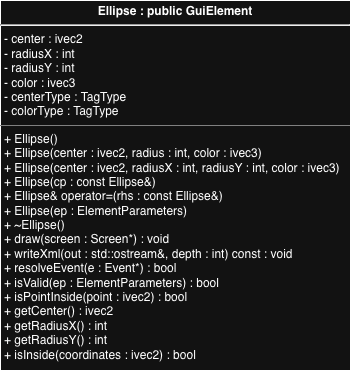
cgreen2048/ArtHuddle keeps this draw.io diagram as images/Ellipse_UML.png. Above is the earlier version. Source tidied: cells renumbered, new cells last; positions are measured from the earlier drawing's top-left corner, leaving out a move shared by most shapes.
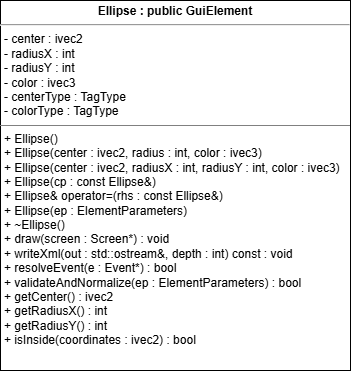
The same file after the commit.

What changed in the source:
```diff
@@ -2,7 +2,7 @@
   <root>
     <mxCell id="0" />
     <mxCell id="1" parent="0" />
-    <mxCell id="2" value="&lt;p style=&quot;margin:0px;margin-top:4px;text-align:center;&quot;&gt;&lt;b&gt;Ellipse : public GuiElement&lt;/b&gt;&lt;/p&gt;&lt;hr&gt;&lt;p style=&quot;margin:0px;margin-left:4px;&quot;&gt;- center :&amp;nbsp;&lt;span style=&quot;background-color: transparent; color: light-dark(rgb(0, 0, 0), rgb(255, 255, 255));&quot;&gt;ivec2&lt;/span&gt;&lt;/p&gt;&lt;p style=&quot;margin:0px;margin-left:4px;&quot;&gt;- radiusX : int&lt;/p&gt;&lt;p style=&quot;margin:0px;margin-left:4px;&quot;&gt;- radiusY : int&lt;/p&gt;&lt;p style=&quot;margin:0px;margin-left:4px;&quot;&gt;- color : ivec3&lt;/p&gt;&lt;p style=&quot;margin:0px;margin-left:4px;&quot;&gt;- centerType :&amp;nbsp;&lt;span style=&quot;background-color: transparent; color: light-dark(rgb(0, 0, 0), rgb(255, 255, 255));&quot;&gt;TagType&lt;/span&gt;&lt;/p&gt;&lt;p style=&quot;margin:0px;margin-left:4px;&quot;&gt;- colorType : TagType&lt;/p&gt;&lt;hr size=&quot;1&quot; style=&quot;border-style:solid;&quot;&gt;&lt;p style=&quot;margin:0px;margin-left:4px;&quot;&gt;+ Ellipse()&lt;/p&gt;&lt;p style=&quot;margin:0px;margin-left:4px;&quot;&gt;&lt;span style=&quot;background-color: transparent; color: light-dark(rgb(0, 0, 0), rgb(255, 255, 255));&quot;&gt;+&lt;/span&gt;&lt;span style=&quot;background-color: transparent; color: light-dark(rgb(0, 0, 0), rgb(255, 255, 255));&quot;&gt;&amp;nbsp;&lt;/span&gt;Ellipse(center : ivec2, radius : int, color : ivec3)&lt;/p&gt;&lt;p style=&quot;margin:0px;margin-left:4px;&quot;&gt;&lt;span style=&quot;background-color: transparent; color: light-dark(rgb(0, 0, 0), rgb(255, 255, 255));&quot;&gt;+&lt;/span&gt;&lt;span style=&quot;background-color: transparent; color: light-dark(rgb(0, 0, 0), rgb(255, 255, 255));&quot;&gt;&amp;nbsp;&lt;/span&gt;Ellipse(center : ivec2, radiusX : int, radiusY : int, color : ivec3)&lt;/p&gt;&lt;p style=&quot;margin:0px;margin-left:4px;&quot;&gt;&lt;span style=&quot;background-color: transparent; color: light-dark(rgb(0, 0, 0), rgb(255, 255, 255));&quot;&gt;+&lt;/span&gt;&lt;span style=&quot;background-color: transparent; color: light-dark(rgb(0, 0, 0), rgb(255, 255, 255));&quot;&gt;&amp;nbsp;&lt;/span&gt;Ellipse(cp :&amp;nbsp;&lt;span style=&quot;background-color: transparent; color: light-dark(rgb(0, 0, 0), rgb(255, 255, 255));&quot;&gt;const Ellipse&amp;amp;&lt;/span&gt;&lt;span style=&quot;background-color: transparent; color: light-dark(rgb(0, 0, 0), rgb(255, 255, 255));&quot;&gt;)&lt;/span&gt;&lt;/p&gt;&lt;p style=&quot;margin:0px;margin-left:4px;&quot;&gt;&lt;span style=&quot;background-color: transparent; color: light-dark(rgb(0, 0, 0), rgb(255, 255, 255));&quot;&gt;+&lt;/span&gt;&lt;span style=&quot;background-color: transparent; color: light-dark(rgb(0, 0, 0), rgb(255, 255, 255));&quot;&gt;&amp;nbsp;&lt;/span&gt;Ellipse&amp;amp; operator=(rhs :&amp;nbsp;&lt;span style=&quot;background-color: transparent; color: light-dark(rgb(0, 0, 0), rgb(255, 255, 255));&quot;&gt;const Ellipse&amp;amp;&lt;/span&gt;&lt;span style=&quot;background-color: transparent; color: light-dark(rgb(0, 0, 0), rgb(255, 255, 255));&quot;&gt;)&lt;/span&gt;&lt;/p&gt;&lt;p style=&quot;margin:0px;margin-left:4px;&quot;&gt;&lt;span style=&quot;background-color: transparent; color: light-dark(rgb(0, 0, 0), rgb(255, 255, 255));&quot;&gt;+&lt;/span&gt;&lt;span style=&quot;background-color: transparent; color: light-dark(rgb(0, 0, 0), rgb(255, 255, 255));&quot;&gt;&amp;nbsp;&lt;/span&gt;Ellipse(ep :&amp;nbsp;&lt;span style=&quot;background-color: transparent; color: light-dark(rgb(0, 0, 0), rgb(255, 255, 255));&quot;&gt;ElementParameters&lt;/span&gt;&lt;span style=&quot;background-color: transparent; color: light-dark(rgb(0, 0, 0), rgb(255, 255, 255));&quot;&gt;)&lt;/span&gt;&lt;/p&gt;&lt;p style=&quot;margin:0px;margin-left:4px;&quot;&gt;&lt;span style=&quot;background-color: transparent; color: light-dark(rgb(0, 0, 0), rgb(255, 255, 255));&quot;&gt;+&lt;/span&gt;&lt;span style=&quot;background-color: transparent; color: light-dark(rgb(0, 0, 0), rgb(255, 255, 255));&quot;&gt;&amp;nbsp;&lt;/span&gt;~Ellipse()&lt;/p&gt;&lt;p style=&quot;margin:0px;margin-left:4px;&quot;&gt;&lt;span style=&quot;background-color: transparent; color: light-dark(rgb(0, 0, 0), rgb(255, 255, 255));&quot;&gt;+&lt;/span&gt;&lt;span style=&quot;background-color: transparent; color: light-dark(rgb(0, 0, 0), rgb(255, 255, 255));&quot;&gt;&amp;nbsp;&lt;/span&gt;draw(screen :&amp;nbsp;&lt;span style=&quot;background-color: transparent; color: light-dark(rgb(0, 0, 0), rgb(255, 255, 255));&quot;&gt;Screen*&lt;/span&gt;&lt;span style=&quot;background-color: transparent; color: light-dark(rgb(0, 0, 0), rgb(255, 255, 255));&quot;&gt;) : void&lt;/span&gt;&lt;/p&gt;&lt;p style=&quot;margin:0px;margin-left:4px;&quot;&gt;&lt;span style=&quot;background-color: transparent; color: light-dark(rgb(0, 0, 0), rgb(255, 255, 255));&quot;&gt;+&lt;/span&gt;&lt;span style=&quot;background-color: transparent; color: light-dark(rgb(0, 0, 0), rgb(255, 255, 255));&quot;&gt;&amp;nbsp;&lt;/span&gt;writeXml(out :&amp;nbsp;&lt;span style=&quot;background-color: transparent; color: light-dark(rgb(0, 0, 0), rgb(255, 255, 255));&quot;&gt;std::ostream&amp;amp;&lt;/span&gt;&lt;span style=&quot;background-color: transparent; color: light-dark(rgb(0, 0, 0), rgb(255, 255, 255));&quot;&gt;, depth :&amp;nbsp;&lt;/span&gt;&lt;span style=&quot;background-color: transparent; color: light-dark(rgb(0, 0, 0), rgb(255, 255, 255));&quot;&gt;int&lt;/span&gt;&lt;span style=&quot;background-color: transparent; color: light-dark(rgb(0, 0, 0), rgb(255, 255, 255));&quot;&gt;) const :&amp;nbsp;&lt;/span&gt;&lt;span style=&quot;background-color: transparent; color: light-dark(rgb(0, 0, 0), rgb(255, 255, 255));&quot;&gt;void&lt;/span&gt;&lt;/p&gt;&lt;p style=&quot;margin:0px;margin-left:4px;&quot;&gt;&lt;span style=&quot;background-color: transparent; color: light-dark(rgb(0, 0, 0), rgb(255, 255, 255));&quot;&gt;+&lt;/span&gt;&lt;span style=&quot;background-color: transparent; color: light-dark(rgb(0, 0, 0), rgb(255, 255, 255));&quot;&gt;&amp;nbsp;&lt;/span&gt;resolveEvent(e :&amp;nbsp;&lt;span style=&quot;background-color: transparent; color: light-dark(rgb(0, 0, 0), rgb(255, 255, 255));&quot;&gt;Event*&lt;/span&gt;&lt;span style=&quot;background-color: transparent; color: light-dark(rgb(0, 0, 0), rgb(255, 255, 255));&quot;&gt;) : bool&lt;/span&gt;&lt;/p&gt;&lt;p style=&quot;margin:0px;margin-left:4px;&quot;&gt;&lt;span style=&quot;background-color: transparent; color: light-dark(rgb(0, 0, 0), rgb(255, 255, 255));&quot;&gt;+&lt;/span&gt;&lt;span style=&quot;background-color: transparent; color: light-dark(rgb(0, 0, 0), rgb(255, 255, 255));&quot;&gt;&amp;nbsp;&lt;/span&gt;isValid(ep :&amp;nbsp;&lt;span style=&quot;background-color: transparent; color: light-dark(rgb(0, 0, 0), rgb(255, 255, 255));&quot;&gt;ElementParameters&lt;/span&gt;&lt;span style=&quot;background-color: transparent; color: light-dark(rgb(0, 0, 0), rgb(255, 255, 255));&quot;&gt;) : bool&lt;/span&gt;&lt;/p&gt;&lt;p style=&quot;margin:0px;margin-left:4px;&quot;&gt;&lt;span style=&quot;background-color: transparent; color: light-dark(rgb(0, 0, 0), rgb(255, 255, 255));&quot;&gt;+&lt;/span&gt;&lt;span style=&quot;background-color: transparent; color: light-dark(rgb(0, 0, 0), rgb(255, 255, 255));&quot;&gt;&amp;nbsp;&lt;/span&gt;isPointInside(point :&amp;nbsp;&lt;span style=&quot;background-color: transparent; color: light-dark(rgb(0, 0, 0), rgb(255, 255, 255));&quot;&gt;ivec2&lt;/span&gt;&lt;span style=&quot;background-color: transparent; color: light-dark(rgb(0, 0, 0), rgb(255, 255, 255));&quot;&gt;) : bool&lt;/span&gt;&lt;/p&gt;&lt;p style=&quot;margin:0px;margin-left:4px;&quot;&gt;&lt;span style=&quot;background-color: transparent; color: light-dark(rgb(0, 0, 0), rgb(255, 255, 255));&quot;&gt;+&lt;/span&gt;&lt;span style=&quot;background-color: transparent; color: light-dark(rgb(0, 0, 0), rgb(255, 255, 255));&quot;&gt;&amp;nbsp;&lt;/span&gt;getCenter() : ivec2&lt;/p&gt;&lt;p style=&quot;margin:0px;margin-left:4px;&quot;&gt;&lt;span style=&quot;background-color: transparent; color: light-dark(rgb(0, 0, 0), rgb(255, 255, 255));&quot;&gt;+&lt;/span&gt;&lt;span style=&quot;background-color: transparent; color: light-dark(rgb(0, 0, 0), rgb(255, 255, 255));&quot;&gt;&amp;nbsp;&lt;/span&gt;getRadiusX() : int&lt;/p&gt;&lt;p style=&quot;margin:0px;margin-left:4px;&quot;&gt;&lt;span style=&quot;background-color: transparent; color: light-dark(rgb(0, 0, 0), rgb(255, 255, 255));&quot;&gt;+&lt;/span&gt;&lt;span style=&quot;background-color: transparent; color: light-dark(rgb(0, 0, 0), rgb(255, 255, 255));&quot;&gt;&amp;nbsp;&lt;/span&gt;getRadiusY() : int&lt;/p&gt;&lt;p style=&quot;margin:0px;margin-left:4px;&quot;&gt;&lt;span style=&quot;background-color: transparent; color: light-dark(rgb(0, 0, 0), rgb(255, 255, 255));&quot;&gt;+&lt;/span&gt;&lt;span style=&quot;background-color: transparent; color: light-dark(rgb(0, 0, 0), rgb(255, 255, 255));&quot;&gt;&amp;nbsp;&lt;/span&gt;isInside(coordinates :&amp;nbsp;&lt;span style=&quot;background-color: transparent; color: light-dark(rgb(0, 0, 0), rgb(255, 255, 255));&quot;&gt;ivec2&lt;/span&gt;&lt;span style=&quot;background-color: transparent; color: light-dark(rgb(0, 0, 0), rgb(255, 255, 255));&quot;&gt;) : bool&lt;/span&gt;&lt;/p&gt;" style="verticalAlign=top;align=left;overflow=fill;html=1;whiteSpace=wrap;" parent="1" vertex="1">
+    <mxCell id="2" value="&lt;p style=&quot;margin:0px;margin-top:4px;text-align:center;&quot;&gt;&lt;b&gt;Ellipse : public GuiElement&lt;/b&gt;&lt;/p&gt;&lt;hr&gt;&lt;p style=&quot;margin:0px;margin-left:4px;&quot;&gt;- center :&amp;nbsp;&lt;span style=&quot;background-color: transparent; color: light-dark(rgb(0, 0, 0), rgb(255, 255, 255));&quot;&gt;ivec2&lt;/span&gt;&lt;/p&gt;&lt;p style=&quot;margin:0px;margin-left:4px;&quot;&gt;- radiusX : int&lt;/p&gt;&lt;p style=&quot;margin:0px;margin-left:4px;&quot;&gt;- radiusY : int&lt;/p&gt;&lt;p style=&quot;margin:0px;margin-left:4px;&quot;&gt;- color : ivec3&lt;/p&gt;&lt;p style=&quot;margin:0px;margin-left:4px;&quot;&gt;- centerType :&amp;nbsp;&lt;span style=&quot;background-color: transparent; color: light-dark(rgb(0, 0, 0), rgb(255, 255, 255));&quot;&gt;TagType&lt;/span&gt;&lt;/p&gt;&lt;p style=&quot;margin:0px;margin-left:4px;&quot;&gt;- colorType : TagType&lt;/p&gt;&lt;hr size=&quot;1&quot; style=&quot;border-style:solid;&quot;&gt;&lt;p style=&quot;margin:0px;margin-left:4px;&quot;&gt;+ Ellipse()&lt;/p&gt;&lt;p style=&quot;margin:0px;margin-left:4px;&quot;&gt;&lt;span style=&quot;background-color: transparent; color: light-dark(rgb(0, 0, 0), rgb(255, 255, 255));&quot;&gt;+&lt;/span&gt;&lt;span style=&quot;background-color: transparent; color: light-dark(rgb(0, 0, 0), rgb(255, 255, 255));&quot;&gt;&amp;nbsp;&lt;/span&gt;Ellipse(center : ivec2, radius : int, color : ivec3)&lt;/p&gt;&lt;p style=&quot;margin:0px;margin-left:4px;&quot;&gt;&lt;span style=&quot;background-color: transparent; color: light-dark(rgb(0, 0, 0), rgb(255, 255, 255));&quot;&gt;+&lt;/span&gt;&lt;span style=&quot;background-color: transparent; color: light-dark(rgb(0, 0, 0), rgb(255, 255, 255));&quot;&gt;&amp;nbsp;&lt;/span&gt;Ellipse(center : ivec2, radiusX : int, radiusY : int, color : ivec3)&lt;/p&gt;&lt;p style=&quot;margin:0px;margin-left:4px;&quot;&gt;&lt;span style=&quot;background-color: transparent; color: light-dark(rgb(0, 0, 0), rgb(255, 255, 255));&quot;&gt;+&lt;/span&gt;&lt;span style=&quot;background-color: transparent; color: light-dark(rgb(0, 0, 0), rgb(255, 255, 255));&quot;&gt;&amp;nbsp;&lt;/span&gt;Ellipse(cp :&amp;nbsp;&lt;span style=&quot;background-color: transparent; color: light-dark(rgb(0, 0, 0), rgb(255, 255, 255));&quot;&gt;const Ellipse&amp;amp;&lt;/span&gt;&lt;span style=&quot;background-color: transparent; color: light-dark(rgb(0, 0, 0), rgb(255, 255, 255));&quot;&gt;)&lt;/span&gt;&lt;/p&gt;&lt;p style=&quot;margin:0px;margin-left:4px;&quot;&gt;&lt;span style=&quot;background-color: transparent; color: light-dark(rgb(0, 0, 0), rgb(255, 255, 255));&quot;&gt;+&lt;/span&gt;&lt;span style=&quot;background-color: transparent; color: light-dark(rgb(0, 0, 0), rgb(255, 255, 255));&quot;&gt;&amp;nbsp;&lt;/span&gt;Ellipse&amp;amp; operator=(rhs :&amp;nbsp;&lt;span style=&quot;background-color: transparent; color: light-dark(rgb(0, 0, 0), rgb(255, 255, 255));&quot;&gt;const Ellipse&amp;amp;&lt;/span&gt;&lt;span style=&quot;background-color: transparent; color: light-dark(rgb(0, 0, 0), rgb(255, 255, 255));&quot;&gt;)&lt;/span&gt;&lt;/p&gt;&lt;p style=&quot;margin:0px;margin-left:4px;&quot;&gt;&lt;span style=&quot;background-color: transparent; color: light-dark(rgb(0, 0, 0), rgb(255, 255, 255));&quot;&gt;+&lt;/span&gt;&lt;span style=&quot;background-color: transparent; color: light-dark(rgb(0, 0, 0), rgb(255, 255, 255));&quot;&gt;&amp;nbsp;&lt;/span&gt;Ellipse(ep :&amp;nbsp;&lt;span style=&quot;background-color: transparent; color: light-dark(rgb(0, 0, 0), rgb(255, 255, 255));&quot;&gt;ElementParameters&lt;/span&gt;&lt;span style=&quot;background-color: transparent; color: light-dark(rgb(0, 0, 0), rgb(255, 255, 255));&quot;&gt;)&lt;/span&gt;&lt;/p&gt;&lt;p style=&quot;margin:0px;margin-left:4px;&quot;&gt;&lt;span style=&quot;background-color: transparent; color: light-dark(rgb(0, 0, 0), rgb(255, 255, 255));&quot;&gt;+&lt;/span&gt;&lt;span style=&quot;background-color: transparent; color: light-dark(rgb(0, 0, 0), rgb(255, 255, 255));&quot;&gt;&amp;nbsp;&lt;/span&gt;~Ellipse()&lt;/p&gt;&lt;p style=&quot;margin:0px;margin-left:4px;&quot;&gt;&lt;span style=&quot;background-color: transparent; color: light-dark(rgb(0, 0, 0), rgb(255, 255, 255));&quot;&gt;+&lt;/span&gt;&lt;span style=&quot;background-color: transparent; color: light-dark(rgb(0, 0, 0), rgb(255, 255, 255));&quot;&gt;&amp;nbsp;&lt;/span&gt;draw(screen :&amp;nbsp;&lt;span style=&quot;background-color: transparent; color: light-dark(rgb(0, 0, 0), rgb(255, 255, 255));&quot;&gt;Screen*&lt;/span&gt;&lt;span style=&quot;background-color: transparent; color: light-dark(rgb(0, 0, 0), rgb(255, 255, 255));&quot;&gt;) : void&lt;/span&gt;&lt;/p&gt;&lt;p style=&quot;margin:0px;margin-left:4px;&quot;&gt;&lt;span style=&quot;background-color: transparent; color: light-dark(rgb(0, 0, 0), rgb(255, 255, 255));&quot;&gt;+&lt;/span&gt;&lt;span style=&quot;background-color: transparent; color: light-dark(rgb(0, 0, 0), rgb(255, 255, 255));&quot;&gt;&amp;nbsp;&lt;/span&gt;writeXml(out :&amp;nbsp;&lt;span style=&quot;background-color: transparent; color: light-dark(rgb(0, 0, 0), rgb(255, 255, 255));&quot;&gt;std::ostream&amp;amp;&lt;/span&gt;&lt;span style=&quot;background-color: transparent; color: light-dark(rgb(0, 0, 0), rgb(255, 255, 255));&quot;&gt;, depth :&amp;nbsp;&lt;/span&gt;&lt;span style=&quot;background-color: transparent; color: light-dark(rgb(0, 0, 0), rgb(255, 255, 255));&quot;&gt;int&lt;/span&gt;&lt;span style=&quot;background-color: transparent; color: light-dark(rgb(0, 0, 0), rgb(255, 255, 255));&quot;&gt;) const :&amp;nbsp;&lt;/span&gt;&lt;span style=&quot;background-color: transparent; color: light-dark(rgb(0, 0, 0), rgb(255, 255, 255));&quot;&gt;void&lt;/span&gt;&lt;/p&gt;&lt;p style=&quot;margin:0px;margin-left:4px;&quot;&gt;&lt;span style=&quot;background-color: transparent; color: light-dark(rgb(0, 0, 0), rgb(255, 255, 255));&quot;&gt;+&lt;/span&gt;&lt;span style=&quot;background-color: transparent; color: light-dark(rgb(0, 0, 0), rgb(255, 255, 255));&quot;&gt;&amp;nbsp;&lt;/span&gt;resolveEvent(e :&amp;nbsp;&lt;span style=&quot;background-color: transparent; color: light-dark(rgb(0, 0, 0), rgb(255, 255, 255));&quot;&gt;Event*&lt;/span&gt;&lt;span style=&quot;background-color: transparent; color: light-dark(rgb(0, 0, 0), rgb(255, 255, 255));&quot;&gt;) : bool&lt;/span&gt;&lt;/p&gt;&lt;p style=&quot;margin:0px;margin-left:4px;&quot;&gt;&lt;span style=&quot;background-color: transparent; color: light-dark(rgb(0, 0, 0), rgb(255, 255, 255));&quot;&gt;+&lt;/span&gt;&lt;span style=&quot;background-color: transparent; color: light-dark(rgb(0, 0, 0), rgb(255, 255, 255));&quot;&gt;&amp;nbsp;validateAndNormalize&lt;/span&gt;(ep :&amp;nbsp;&lt;span style=&quot;background-color: transparent; color: light-dark(rgb(0, 0, 0), rgb(255, 255, 255));&quot;&gt;ElementParameters&lt;/span&gt;&lt;span style=&quot;background-color: transparent; color: light-dark(rgb(0, 0, 0), rgb(255, 255, 255));&quot;&gt;) : bool&lt;/span&gt;&lt;/p&gt;&lt;p style=&quot;margin:0px;margin-left:4px;&quot;&gt;&lt;span style=&quot;background-color: transparent; color: light-dark(rgb(0, 0, 0), rgb(255, 255, 255));&quot;&gt;+&lt;/span&gt;&lt;span style=&quot;background-color: transparent; color: light-dark(rgb(0, 0, 0), rgb(255, 255, 255));&quot;&gt;&amp;nbsp;&lt;/span&gt;getCenter() : ivec2&lt;/p&gt;&lt;p style=&quot;margin:0px;margin-left:4px;&quot;&gt;&lt;span style=&quot;background-color: transparent; color: light-dark(rgb(0, 0, 0), rgb(255, 255, 255));&quot;&gt;+&lt;/span&gt;&lt;span style=&quot;background-color: transparent; color: light-dark(rgb(0, 0, 0), rgb(255, 255, 255));&quot;&gt;&amp;nbsp;&lt;/span&gt;getRadiusX() : int&lt;/p&gt;&lt;p style=&quot;margin:0px;margin-left:4px;&quot;&gt;&lt;span style=&quot;background-color: transparent; color: light-dark(rgb(0, 0, 0), rgb(255, 255, 255));&quot;&gt;+&lt;/span&gt;&lt;span style=&quot;background-color: transparent; color: light-dark(rgb(0, 0, 0), rgb(255, 255, 255));&quot;&gt;&amp;nbsp;&lt;/span&gt;getRadiusY() : int&lt;/p&gt;&lt;p style=&quot;margin:0px;margin-left:4px;&quot;&gt;&lt;span style=&quot;background-color: transparent; color: light-dark(rgb(0, 0, 0), rgb(255, 255, 255));&quot;&gt;+&lt;/span&gt;&lt;span style=&quot;background-color: transparent; color: light-dark(rgb(0, 0, 0), rgb(255, 255, 255));&quot;&gt;&amp;nbsp;&lt;/span&gt;isInside(coordinates :&amp;nbsp;&lt;span style=&quot;background-color: transparent; color: light-dark(rgb(0, 0, 0), rgb(255, 255, 255));&quot;&gt;ivec2&lt;/span&gt;&lt;span style=&quot;background-color: transparent; color: light-dark(rgb(0, 0, 0), rgb(255, 255, 255));&quot;&gt;) : bool&lt;/span&gt;&lt;/p&gt;" style="verticalAlign=top;align=left;overflow=fill;html=1;whiteSpace=wrap;" parent="1" vertex="1">
       <mxGeometry width="350" height="370" as="geometry" />
     </mxCell>
   </root>
```
